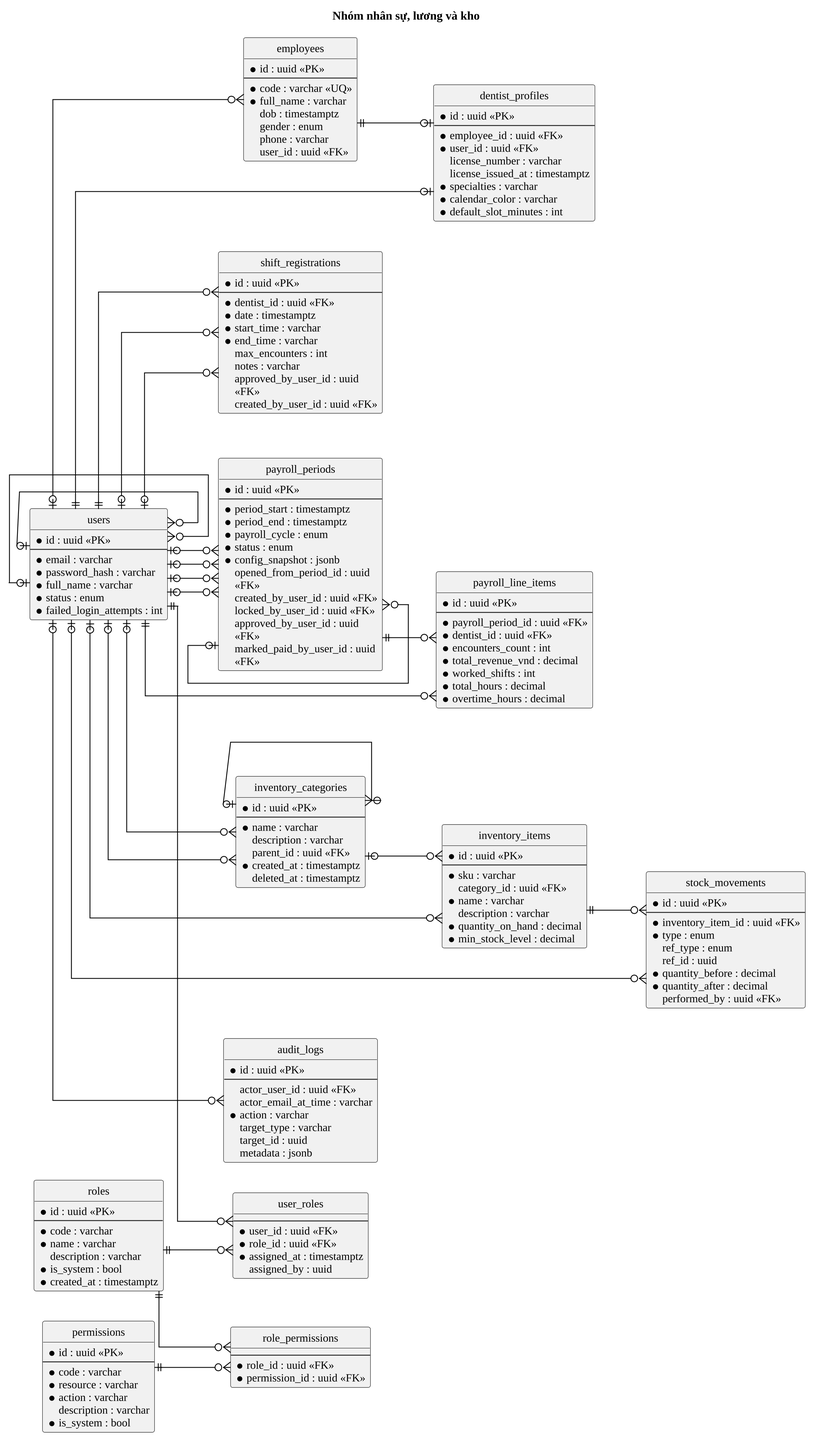
Earlier version of the PlantUML export docs/10_Thesis/bao-cao/hinh/3-5-erd-nhan-su-kho.png (Trantuan0310/dental-clinic-nestjs-react).
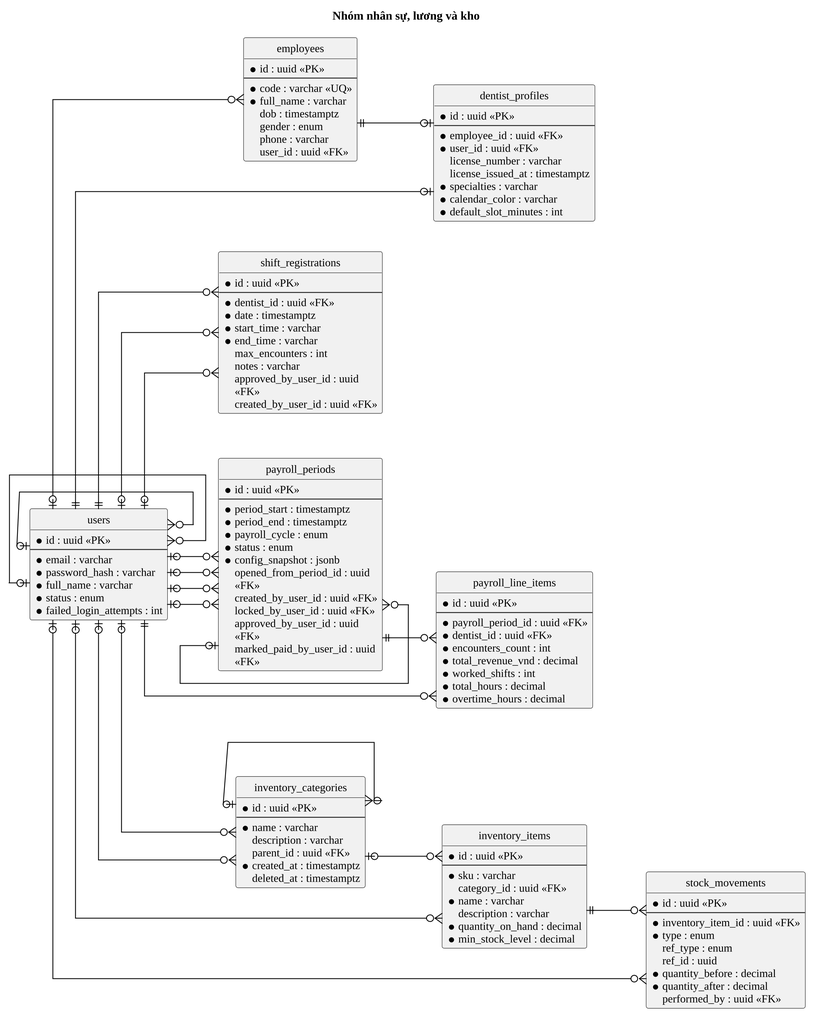
Above is the later version.

Diff of the diagram source:
```diff
@@ -14,36 +14,6 @@
   * full_name : varchar
   * status : enum
   * failed_login_attempts : int
-}
-entity "roles" as Role {
-  * id : uuid <<PK>>
-  --
-  * code : varchar
-  * name : varchar
-  description : varchar
-  * is_system : bool
-  * created_at : timestamptz
-}
-entity "permissions" as Permission {
-  * id : uuid <<PK>>
-  --
-  * code : varchar
-  * resource : varchar
-  * action : varchar
-  description : varchar
-  * is_system : bool
-}
-entity "user_roles" as UserRole {
-  --
-  * user_id : uuid <<FK>>
-  * role_id : uuid <<FK>>
-  * assigned_at : timestamptz
-  assigned_by : uuid
-}
-entity "role_permissions" as RolePermission {
-  --
-  * role_id : uuid <<FK>>
-  * permission_id : uuid <<FK>>
 }
 entity "employees" as Employee {
   * id : uuid <<PK>>
@@ -133,23 +103,9 @@
   * quantity_after : decimal
   performed_by : uuid <<FK>>
 }
-entity "audit_logs" as AuditLog {
-  * id : uuid <<PK>>
-  --
-  actor_user_id : uuid <<FK>>
-  actor_email_at_time : varchar
-  * action : varchar
-  target_type : varchar
-  target_id : uuid
-  metadata : jsonb
-}
 
 User |o--o{ User
 User |o--o{ User
-User ||--o{ UserRole
-Role ||--o{ UserRole
-Role ||--o{ RolePermission
-Permission ||--o{ RolePermission
 User |o--o{ Employee
 Employee ||--o| DentistProfile
 User ||--o| DentistProfile
@@ -170,5 +126,4 @@
 User |o--o{ InventoryItem
 InventoryItem ||--o{ StockMovement
 User |o--o{ StockMovement
-User |o--o{ AuditLog
 @enduml
```
